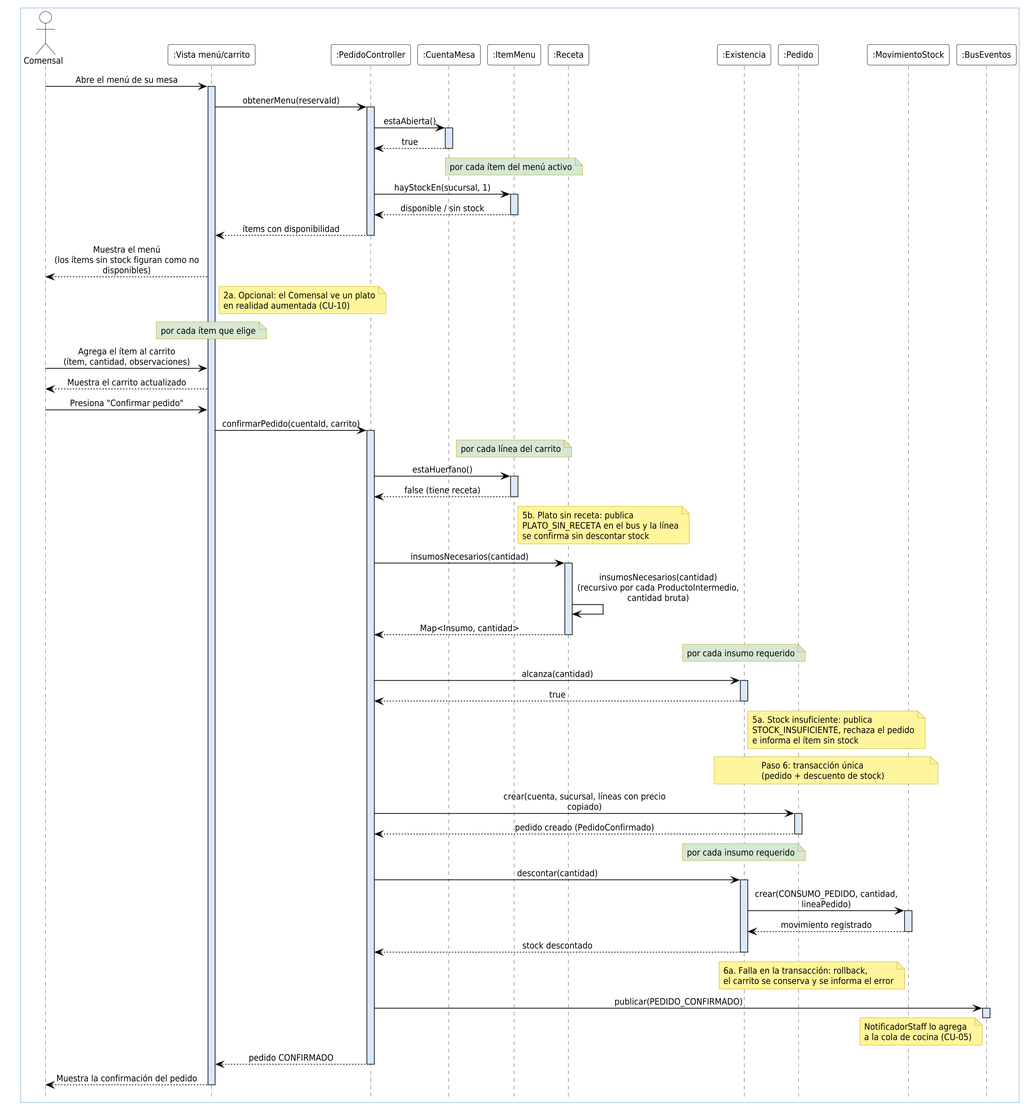
GabrielLigresti/TFG-PGIM keeps this PlantUML diagram as docs/modelos/secuencia/CU-04-realizar-pedido/v1/cu-04-secuencia-v1.png. Above is the earlier version.
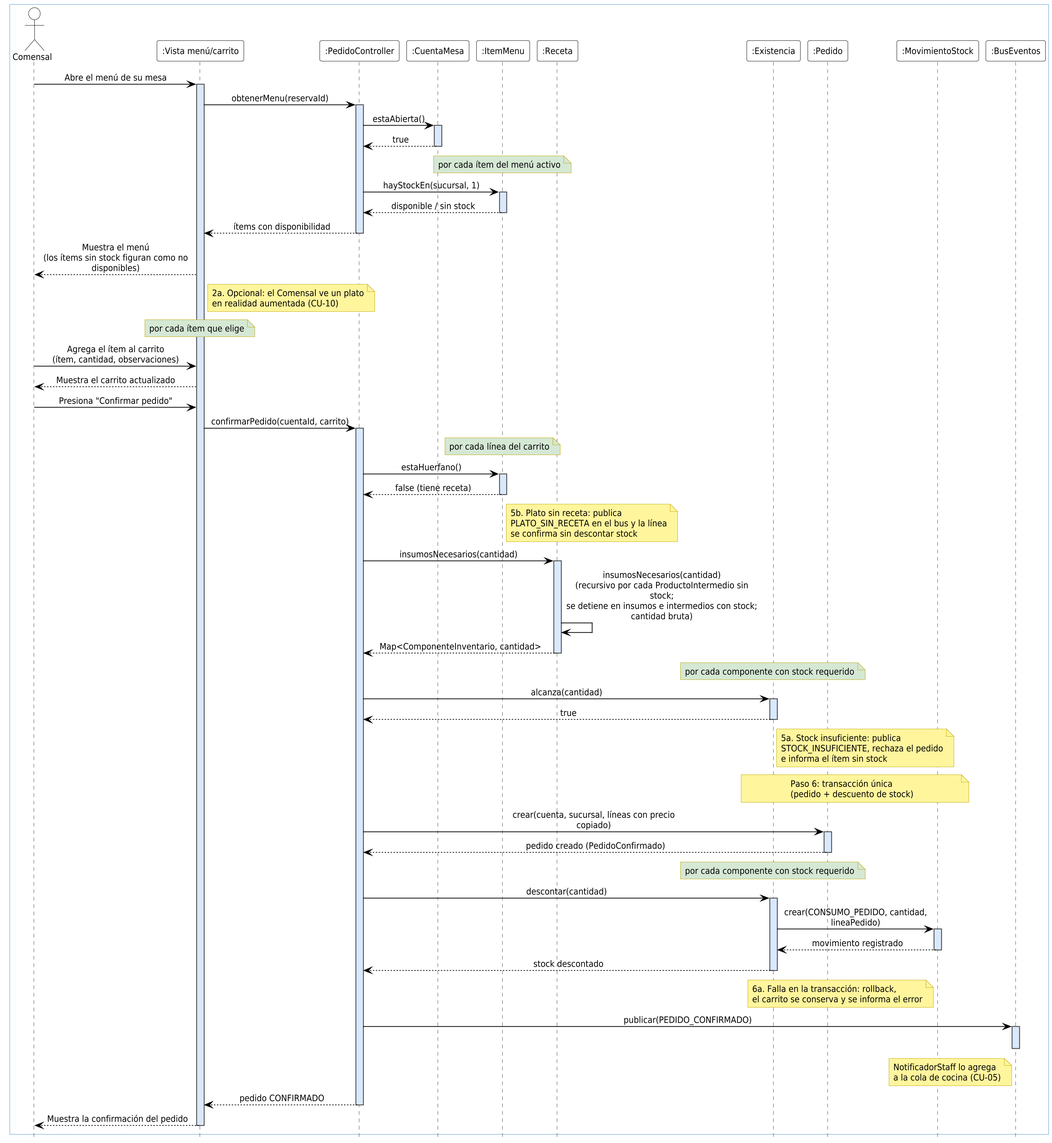
The same file after the commit.

What changed in the source:
```diff
@@ -73,11 +73,11 @@
 note right of IM : 5b. Plato sin receta: publica\nPLATO_SIN_RECETA en el bus y la línea\nse confirma sin descontar stock
 PC -> R : insumosNecesarios(cantidad)
 activate R
-R -> R : insumosNecesarios(cantidad)\n(recursivo por cada ProductoIntermedio,\ncantidad bruta)
-R --> PC : Map<Insumo, cantidad>
+R -> R : insumosNecesarios(cantidad)\n(recursivo por cada ProductoIntermedio sin stock;\nse detiene en insumos e intermedios con stock;\ncantidad bruta)
+R --> PC : Map<ComponenteInventario, cantidad>
 deactivate R
 
-note over E #D5E8D4 : por cada insumo requerido
+note over E #D5E8D4 : por cada componente con stock requerido
 PC -> E : alcanza(cantidad)
 activate E
 E --> PC : true
@@ -89,7 +89,7 @@
 activate P
 P --> PC : pedido creado (PedidoConfirmado)
 deactivate P
-note over E #D5E8D4 : por cada insumo requerido
+note over E #D5E8D4 : por cada componente con stock requerido
 PC -> E : descontar(cantidad)
 activate E
 E -> MS : crear(CONSUMO_PEDIDO, cantidad, lineaPedido)
```
